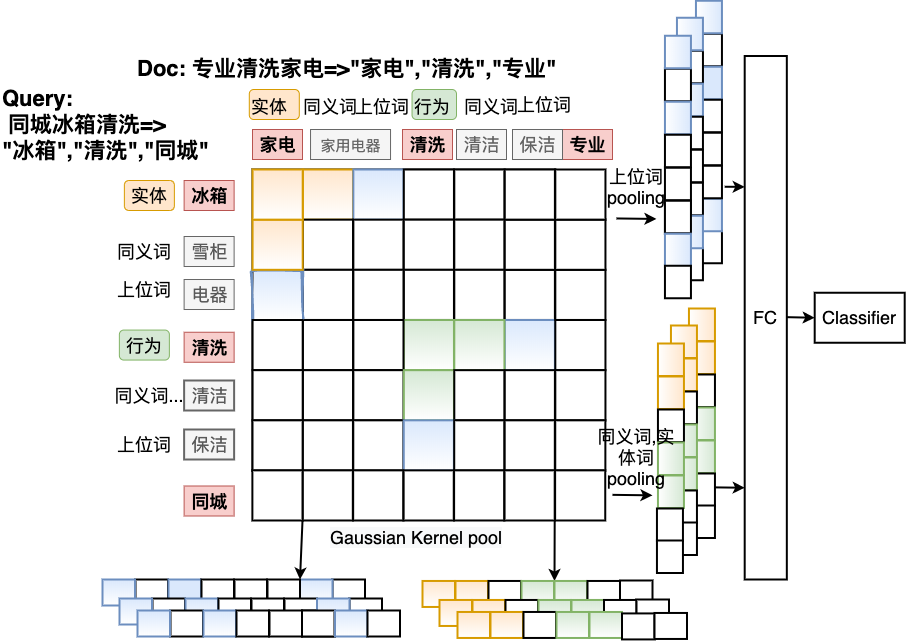
The draw.io diagram model1.png in gouxute/leetcode, before a commit. Source tidied: cells renumbered, new cells last; positions are measured from the earlier drawing's top-left corner, leaving out a move shared by most shapes.
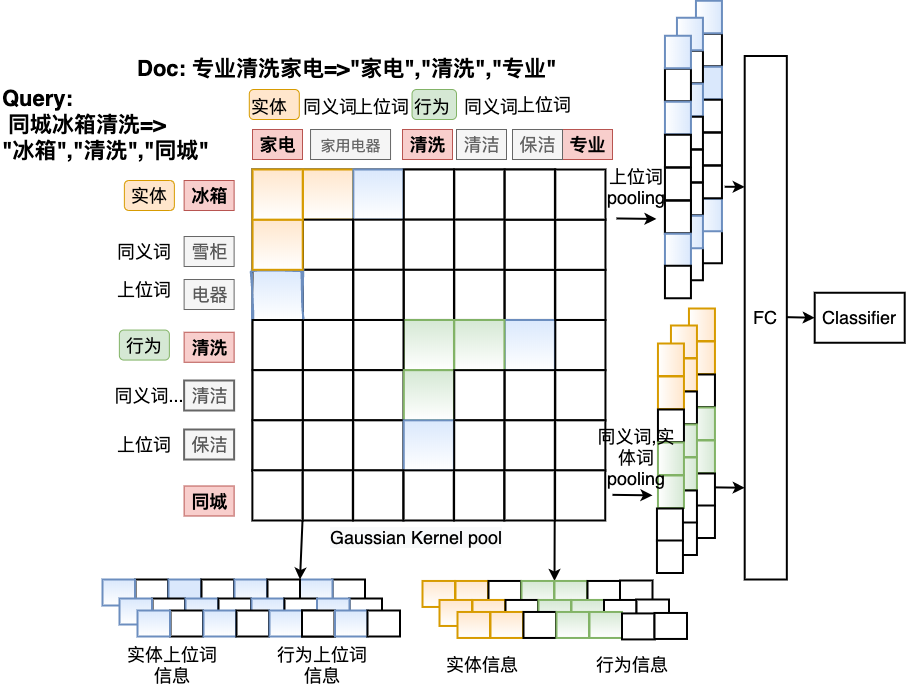
The same diagram one commit later.

Diff of the diagram source:
```diff
@@ -280,7 +280,7 @@
     <mxCell id="92" style="whiteSpace=wrap;html=1;strokeWidth=2;rotation=0;" parent="86" vertex="1">
       <mxGeometry x="99" width="32.5" height="26" as="geometry" />
     </mxCell>
-    <mxCell id="93" style="whiteSpace=wrap;html=1;strokeWidth=2;rotation=0;" parent="86" vertex="1">
+    <mxCell id="93" style="whiteSpace=wrap;html=1;strokeWidth=2;rotation=0;fillColor=#dae8fc;strokeColor=#6c8ebf;gradientColor=#ffffff;" parent="86" vertex="1">
       <mxGeometry x="132" width="32.5" height="26" as="geometry" />
     </mxCell>
     <mxCell id="94" style="whiteSpace=wrap;html=1;strokeWidth=2;rotation=0;" parent="86" vertex="1">
@@ -298,7 +298,7 @@
     <mxCell id="98" style="whiteSpace=wrap;html=1;strokeWidth=2;rotation=0;" parent="86" vertex="1">
       <mxGeometry x="116" y="19" width="32.5" height="26" as="geometry" />
     </mxCell>
-    <mxCell id="99" style="whiteSpace=wrap;html=1;strokeWidth=2;rotation=0;" parent="86" vertex="1">
+    <mxCell id="99" style="whiteSpace=wrap;html=1;strokeWidth=2;rotation=0;fillColor=#dae8fc;strokeColor=#6c8ebf;gradientColor=#ffffff;" parent="86" vertex="1">
       <mxGeometry x="149" y="19" width="32.5" height="26" as="geometry" />
     </mxCell>
     <mxCell id="100" style="whiteSpace=wrap;html=1;strokeWidth=2;rotation=0;" parent="86" vertex="1">
@@ -316,7 +316,7 @@
     <mxCell id="104" style="whiteSpace=wrap;html=1;strokeWidth=2;rotation=0;" parent="86" vertex="1">
       <mxGeometry x="134" y="31" width="32.5" height="26" as="geometry" />
     </mxCell>
-    <mxCell id="105" style="whiteSpace=wrap;html=1;strokeWidth=2;rotation=0;" parent="86" vertex="1">
+    <mxCell id="105" style="whiteSpace=wrap;html=1;strokeWidth=2;rotation=0;fillColor=#dae8fc;strokeColor=#6c8ebf;gradientColor=#ffffff;" parent="86" vertex="1">
       <mxGeometry x="167" y="31" width="32.5" height="26" as="geometry" />
     </mxCell>
     <mxCell id="106" style="whiteSpace=wrap;html=1;strokeWidth=2;rotation=0;" parent="86" vertex="1">
@@ -588,5 +588,18 @@
     <mxCell id="192" style="endArrow=classic;html=1;fontSize=18;exitX=1;exitY=1;exitDx=0;exitDy=0;strokeWidth=2;entryX=0;entryY=0;entryDx=0;entryDy=0;" parent="1" edge="1" source="84" target="89">
       <mxGeometry x="-1663" y="773.7" as="geometry" />
     </mxCell>
+    <mxCell id="193" value="Untitled Layer" parent="0" />
+    <mxCell id="194" value="&lt;span style=&quot;color: rgb(0 , 0 , 0) ; font-family: &amp;#34;helvetica&amp;#34; ; font-size: 18px ; font-style: normal ; font-weight: 400 ; letter-spacing: normal ; text-indent: 0px ; text-transform: none ; word-spacing: 0px ; display: inline ; float: none&quot;&gt;实体上位词信息&lt;/span&gt;" style="text;whiteSpace=wrap;html=1;fontSize=18;labelBackgroundColor=none;align=center;verticalAlign=middle;" parent="193" vertex="1">
+      <mxGeometry x="122" y="649" width="99.5" height="30" as="geometry" />
+    </mxCell>
+    <mxCell id="195" value="&lt;span style=&quot;color: rgb(0 , 0 , 0) ; font-family: &amp;#34;helvetica&amp;#34; ; font-size: 18px ; font-style: normal ; font-weight: 400 ; letter-spacing: normal ; text-indent: 0px ; text-transform: none ; word-spacing: 0px ; display: inline ; float: none&quot;&gt;行为上位词信息&lt;/span&gt;" style="text;whiteSpace=wrap;html=1;fontSize=18;labelBackgroundColor=none;align=center;verticalAlign=middle;" parent="193" vertex="1">
+      <mxGeometry x="272" y="649" width="99.5" height="30" as="geometry" />
+    </mxCell>
+    <mxCell id="196" value="&lt;span style=&quot;color: rgb(0 , 0 , 0) ; font-family: &amp;#34;helvetica&amp;#34; ; font-size: 18px ; font-style: normal ; font-weight: 400 ; letter-spacing: normal ; text-indent: 0px ; text-transform: none ; word-spacing: 0px ; display: inline ; float: none&quot;&gt;实体信息&lt;/span&gt;" style="text;whiteSpace=wrap;html=1;fontSize=18;labelBackgroundColor=none;align=center;verticalAlign=middle;" parent="193" vertex="1">
+      <mxGeometry x="432" y="649" width="99.5" height="30" as="geometry" />
+    </mxCell>
+    <mxCell id="197" value="&lt;span style=&quot;color: rgb(0 , 0 , 0) ; font-family: &amp;#34;helvetica&amp;#34; ; font-size: 18px ; font-style: normal ; font-weight: 400 ; letter-spacing: normal ; text-indent: 0px ; text-transform: none ; word-spacing: 0px ; display: inline ; float: none&quot;&gt;行为信息&lt;/span&gt;" style="text;whiteSpace=wrap;html=1;fontSize=18;labelBackgroundColor=none;align=center;verticalAlign=middle;" parent="193" vertex="1">
+      <mxGeometry x="582" y="649" width="99.5" height="30" as="geometry" />
+    </mxCell>
   </root>
 </mxGraphModel>
```
